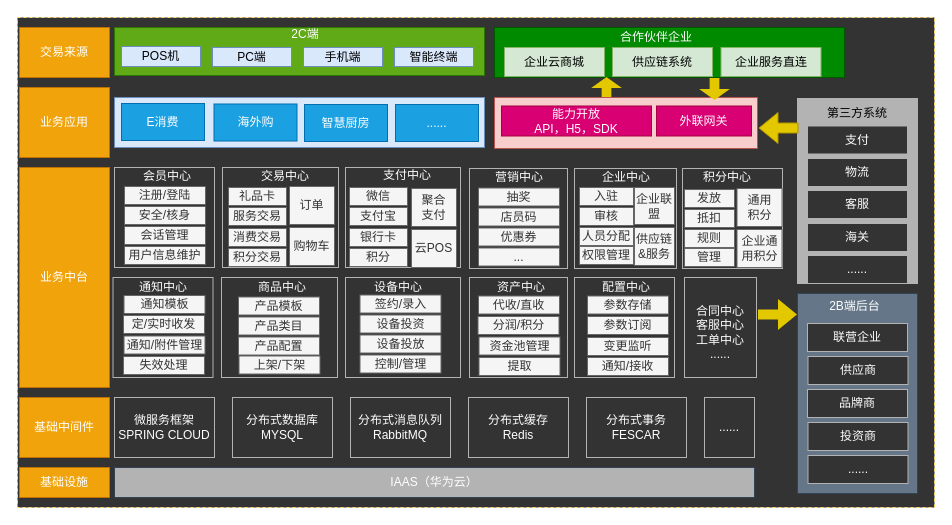
Earlier version of the draw.io diagram page "business-c" (4 of 5) of cgc/cgc-framework.drawio (kinvensan/drawio). Source tidied: cells renumbered, new cells numbered last; positions are measured from the earlier drawing's top-left corner, leaving out a move shared by most shapes. Both pictures are drawn from the tidied source at 100%, with x=0, y=0 at pixel (17, 17).
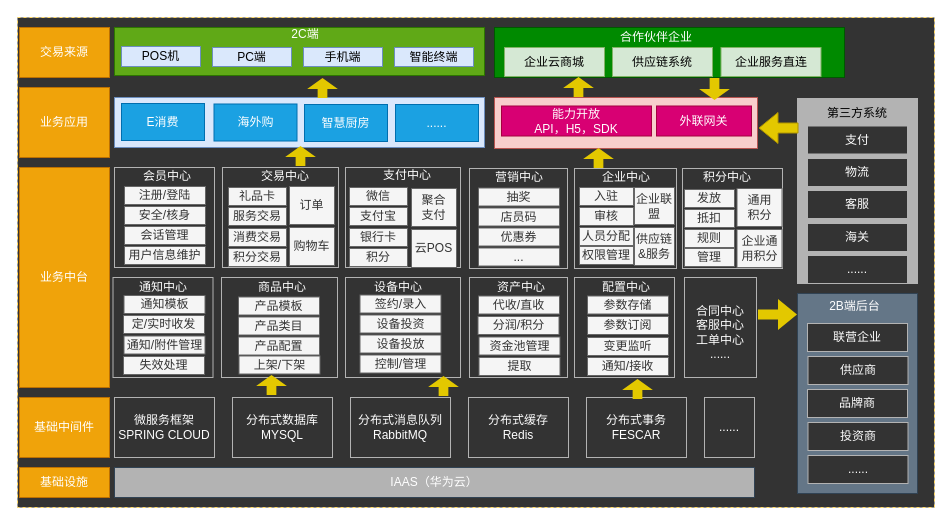
Above is the later version.

The edit, as a diff of the source:
```diff
@@
     <mxCell id="40" style="shape=flexArrow;endArrow=classic;html=1;fillColor=#e3c800;strokeColor=none;width=9.714285714285714;endSize=3.2971428571428567;" parent="1" edge="1">
       <mxGeometry relative="1" as="geometry">
-        <mxPoint x="589" y="80" as="sourcePoint" />
-        <mxPoint x="589" y="59" as="targetPoint" />
+        <mxPoint x="561" y="80" as="sourcePoint" />
+        <mxPoint x="561" y="59" as="targetPoint" />
       </mxGeometry>
     </mxCell>
@@
+    <mxCell id="128" style="shape=flexArrow;endArrow=classic;html=1;fillColor=#e3c800;strokeColor=none;width=9.714285714285714;endSize=3.2971428571428567;" parent="1" edge="1">
+      <mxGeometry relative="1" as="geometry">
+        <mxPoint x="305" y="81" as="sourcePoint" />
+        <mxPoint x="305" y="60" as="targetPoint" />
+      </mxGeometry>
+    </mxCell>
+    <mxCell id="129" style="shape=flexArrow;endArrow=classic;html=1;fillColor=#e3c800;strokeColor=none;width=9.714285714285714;endSize=3.2971428571428567;" parent="1" edge="1">
+      <mxGeometry relative="1" as="geometry">
+        <mxPoint x="581" y="151" as="sourcePoint" />
+        <mxPoint x="581" y="130" as="targetPoint" />
+      </mxGeometry>
+    </mxCell>
+    <mxCell id="130" style="shape=flexArrow;endArrow=classic;html=1;fillColor=#e3c800;strokeColor=none;width=9.714285714285714;endSize=3.2971428571428567;" parent="1" edge="1">
+      <mxGeometry relative="1" as="geometry">
+        <mxPoint x="283" y="149" as="sourcePoint" />
+        <mxPoint x="283" y="128" as="targetPoint" />
+      </mxGeometry>
+    </mxCell>
+    <mxCell id="131" style="shape=flexArrow;endArrow=classic;html=1;fillColor=#e3c800;strokeColor=none;width=9.714285714285714;endSize=3.2971428571428567;" parent="1" edge="1">
+      <mxGeometry relative="1" as="geometry">
+        <mxPoint x="620" y="382" as="sourcePoint" />
+        <mxPoint x="620" y="361" as="targetPoint" />
+      </mxGeometry>
+    </mxCell>
+    <mxCell id="132" style="shape=flexArrow;endArrow=classic;html=1;fillColor=#e3c800;strokeColor=none;width=9.714285714285714;endSize=3.2971428571428567;" parent="1" edge="1">
+      <mxGeometry relative="1" as="geometry">
+        <mxPoint x="426" y="379" as="sourcePoint" />
+        <mxPoint x="426" y="358" as="targetPoint" />
+      </mxGeometry>
+    </mxCell>
+    <mxCell id="133" style="shape=flexArrow;endArrow=classic;html=1;fillColor=#e3c800;strokeColor=none;width=9.714285714285714;endSize=3.2971428571428567;" parent="1" edge="1">
+      <mxGeometry relative="1" as="geometry">
+        <mxPoint x="254" y="378" as="sourcePoint" />
+        <mxPoint x="254" y="357" as="targetPoint" />
+      </mxGeometry>
+    </mxCell>
```
